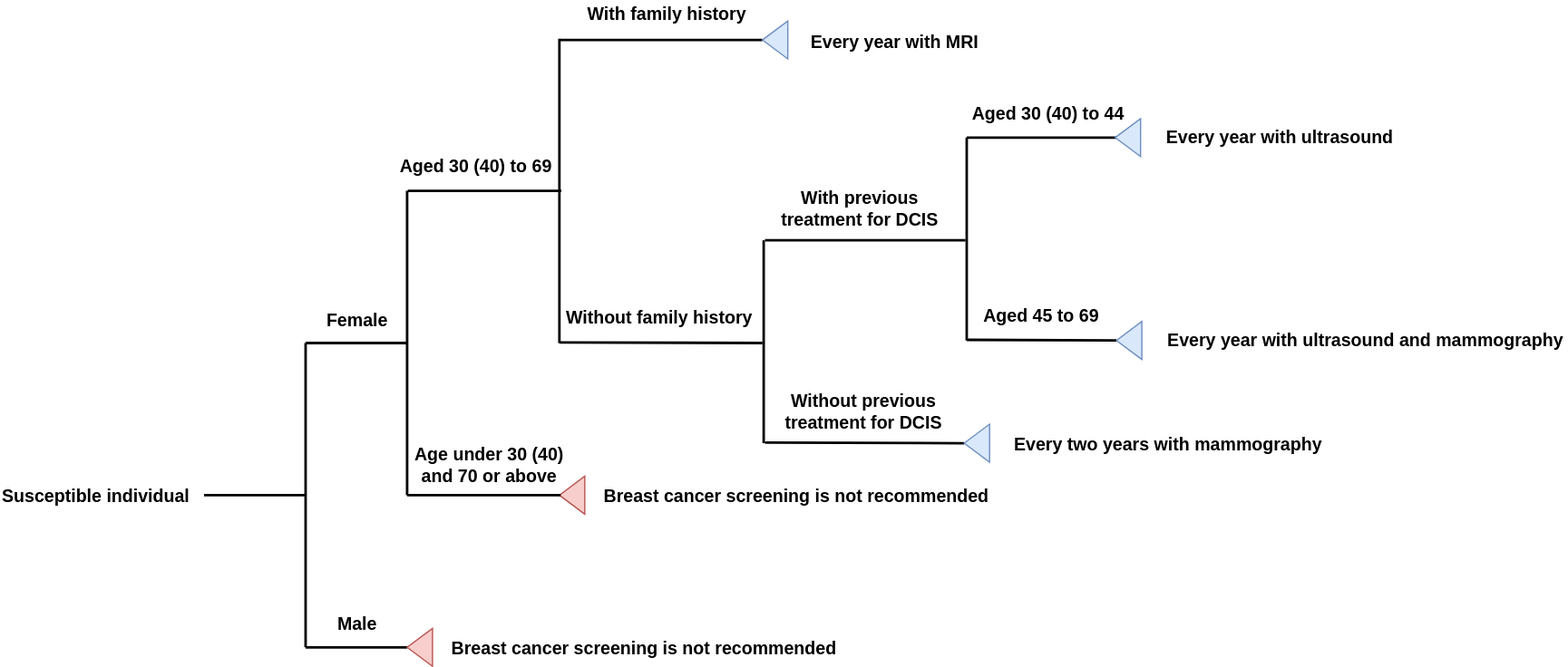
This is docs/source/gbd2017_models/concept_models/vivarium_swissre_breastcancer/breast_cancer_screening_tree_China.svg from ihmeuw/vivarium_research, a draw.io export, as it was before one commit. Source tidied: cells renumbered, new cells last; positions are measured from the earlier drawing's top-left corner, leaving out a move shared by most shapes.
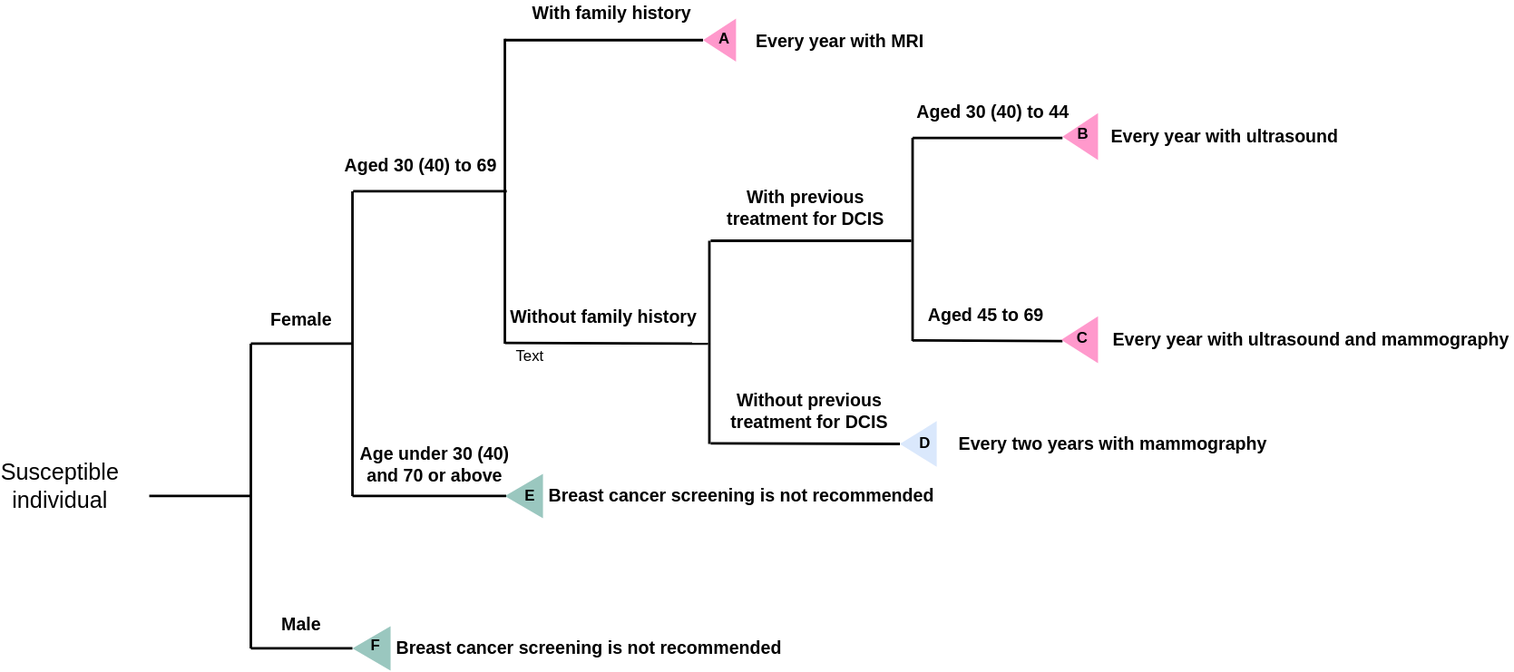
After the change.

Commit message:
screening model 2 draft

Diff of the diagram source:
```diff
@@ -2,168 +2,189 @@
   <root>
     <mxCell id="0" />
     <mxCell id="1" parent="0" />
-    <mxCell id="2" style="endArrow=none;html=1;strokeWidth=2;" parent="1" edge="1">
-      <mxGeometry relative="1" as="geometry">
-        <mxPoint x="160" y="390" as="sourcePoint" />
-        <mxPoint x="240" y="390" as="targetPoint" />
-      </mxGeometry>
-    </mxCell>
-    <mxCell id="3" style="endArrow=none;html=1;strokeWidth=2;" parent="1" edge="1">
-      <mxGeometry relative="1" as="geometry">
-        <mxPoint x="240" y="510" as="sourcePoint" />
-        <mxPoint x="240" y="270" as="targetPoint" />
-      </mxGeometry>
-    </mxCell>
-    <mxCell id="4" style="endArrow=none;html=1;strokeWidth=2;" parent="1" edge="1">
-      <mxGeometry relative="1" as="geometry">
-        <mxPoint x="240" y="510" as="sourcePoint" />
-        <mxPoint x="320" y="510" as="targetPoint" />
-      </mxGeometry>
-    </mxCell>
-    <mxCell id="5" style="endArrow=none;html=1;strokeWidth=2;" parent="1" edge="1">
-      <mxGeometry relative="1" as="geometry">
-        <mxPoint x="240" y="270" as="sourcePoint" />
-        <mxPoint x="320" y="270" as="targetPoint" />
-      </mxGeometry>
-    </mxCell>
+    <mxCell id="41" style="endArrow=none;html=1;strokeWidth=2;" parent="1" edge="1">
+      <mxGeometry relative="1" as="geometry">
+        <mxPoint x="160" y="390" as="sourcePoint" />
+        <mxPoint x="240" y="390" as="targetPoint" />
+      </mxGeometry>
+    </mxCell>
+    <mxCell id="42" style="endArrow=none;html=1;strokeWidth=2;" parent="1" edge="1">
+      <mxGeometry relative="1" as="geometry">
+        <mxPoint x="240" y="510" as="sourcePoint" />
+        <mxPoint x="240" y="270" as="targetPoint" />
+      </mxGeometry>
+    </mxCell>
+    <mxCell id="43" style="endArrow=none;html=1;strokeWidth=2;" parent="1" edge="1">
+      <mxGeometry relative="1" as="geometry">
+        <mxPoint x="240" y="510" as="sourcePoint" />
+        <mxPoint x="320" y="510" as="targetPoint" />
+      </mxGeometry>
+    </mxCell>
+    <mxCell id="44" style="endArrow=none;html=1;strokeWidth=2;" parent="1" edge="1">
+      <mxGeometry relative="1" as="geometry">
+        <mxPoint x="240" y="270" as="sourcePoint" />
+        <mxPoint x="320" y="270" as="targetPoint" />
+      </mxGeometry>
+    </mxCell>
     <mxCell id="6" value="&lt;b&gt;&lt;font style=&quot;font-size: 14px&quot;&gt;Male&lt;/font&gt;&lt;/b&gt;" style="text;html=1;strokeColor=none;fillColor=none;align=center;verticalAlign=middle;whiteSpace=wrap;rounded=0;" parent="1" vertex="1">
       <mxGeometry x="260" y="481" width="40" height="20" as="geometry" />
     </mxCell>
     <mxCell id="7" value="&lt;b&gt;&lt;font style=&quot;font-size: 14px&quot;&gt;Female&lt;/font&gt;&lt;/b&gt;" style="text;html=1;strokeColor=none;fillColor=none;align=center;verticalAlign=middle;whiteSpace=wrap;rounded=0;" parent="1" vertex="1">
       <mxGeometry x="260" y="241" width="40" height="20" as="geometry" />
     </mxCell>
-    <mxCell id="8" style="triangle;whiteSpace=wrap;html=1;rotation=-180;fillColor=#f8cecc;strokeColor=#b85450;" parent="1" vertex="1">
-      <mxGeometry x="320" y="495" width="20" height="30" as="geometry" />
-    </mxCell>
-    <mxCell id="9" style="endArrow=none;html=1;strokeWidth=2;" parent="1" edge="1">
-      <mxGeometry relative="1" as="geometry">
-        <mxPoint x="320" y="390" as="sourcePoint" />
-        <mxPoint x="320" y="150" as="targetPoint" />
-      </mxGeometry>
-    </mxCell>
+    <mxCell id="45" style="triangle;whiteSpace=wrap;html=1;rotation=-180;fillColor=#9AC7BF;strokeColor=none;" parent="1" vertex="1">
+      <mxGeometry x="320" y="492.5" width="30" height="35" as="geometry" />
+    </mxCell>
+    <mxCell id="46" style="endArrow=none;html=1;strokeWidth=2;" parent="1" edge="1">
+      <mxGeometry relative="1" as="geometry">
+        <mxPoint x="320" y="390" as="sourcePoint" />
+        <mxPoint x="320" y="150" as="targetPoint" />
+      </mxGeometry>
+    </mxCell>
     <mxCell id="10" value="&lt;b&gt;&lt;font style=&quot;font-size: 14px&quot;&gt;Age under 30 (40) and 70 or above&lt;/font&gt;&lt;/b&gt;" style="text;html=1;strokeColor=none;fillColor=none;align=center;verticalAlign=middle;whiteSpace=wrap;rounded=0;" parent="1" vertex="1">
       <mxGeometry x="320" y="355" width="130" height="20" as="geometry" />
     </mxCell>
-    <mxCell id="11" style="triangle;whiteSpace=wrap;html=1;rotation=-180;fillColor=#f8cecc;strokeColor=#b85450;" parent="1" vertex="1">
-      <mxGeometry x="440" y="375" width="20" height="30" as="geometry" />
-    </mxCell>
-    <mxCell id="12" value="&lt;b&gt;&lt;font style=&quot;font-size: 14px&quot;&gt;Breast cancer screening is not recommended&lt;/font&gt;&lt;/b&gt;" style="text;html=1;strokeColor=none;fillColor=none;align=center;verticalAlign=middle;whiteSpace=wrap;rounded=0;" parent="1" vertex="1">
-      <mxGeometry x="473" y="380" width="307" height="20" as="geometry" />
-    </mxCell>
-    <mxCell id="13" style="endArrow=none;html=1;entryX=1;entryY=0.5;entryDx=0;entryDy=0;strokeWidth=2;" parent="1" edge="1">
-      <mxGeometry relative="1" as="geometry">
-        <mxPoint x="320" y="390" as="sourcePoint" />
-        <mxPoint x="441" y="390" as="targetPoint" />
-      </mxGeometry>
-    </mxCell>
-    <mxCell id="14" style="endArrow=none;html=1;entryX=1;entryY=0.5;entryDx=0;entryDy=0;strokeWidth=2;" parent="1" edge="1">
-      <mxGeometry relative="1" as="geometry">
-        <mxPoint x="320.5" y="150" as="sourcePoint" />
-        <mxPoint x="441.5" y="150" as="targetPoint" />
-      </mxGeometry>
-    </mxCell>
-    <mxCell id="15" style="endArrow=none;html=1;strokeWidth=2;" parent="1" edge="1">
-      <mxGeometry relative="1" as="geometry">
-        <mxPoint x="440" y="270" as="sourcePoint" />
-        <mxPoint x="440" y="30" as="targetPoint" />
-      </mxGeometry>
-    </mxCell>
+    <mxCell id="47" style="triangle;whiteSpace=wrap;html=1;rotation=-180;fillColor=#9AC7BF;strokeColor=none;" parent="1" vertex="1">
+      <mxGeometry x="440" y="372.5" width="30" height="35" as="geometry" />
+    </mxCell>
+    <mxCell id="48" value="&lt;b&gt;&lt;font style=&quot;font-size: 14px&quot;&gt;Breast cancer screening is not recommended&lt;/font&gt;&lt;/b&gt;" style="text;html=1;strokeColor=none;fillColor=none;align=center;verticalAlign=middle;whiteSpace=wrap;rounded=0;" parent="1" vertex="1">
+      <mxGeometry x="473" y="380" width="307" height="20" as="geometry" />
+    </mxCell>
+    <mxCell id="49" style="endArrow=none;html=1;entryX=1;entryY=0.5;entryDx=0;entryDy=0;strokeWidth=2;" parent="1" edge="1">
+      <mxGeometry relative="1" as="geometry">
+        <mxPoint x="320" y="390" as="sourcePoint" />
+        <mxPoint x="441" y="390" as="targetPoint" />
+      </mxGeometry>
+    </mxCell>
+    <mxCell id="50" style="endArrow=none;html=1;entryX=1;entryY=0.5;entryDx=0;entryDy=0;strokeWidth=2;" parent="1" edge="1">
+      <mxGeometry relative="1" as="geometry">
+        <mxPoint x="320.5" y="150" as="sourcePoint" />
+        <mxPoint x="441.5" y="150" as="targetPoint" />
+      </mxGeometry>
+    </mxCell>
+    <mxCell id="51" style="endArrow=none;html=1;strokeWidth=2;" parent="1" edge="1">
+      <mxGeometry relative="1" as="geometry">
+        <mxPoint x="440" y="270" as="sourcePoint" />
+        <mxPoint x="440" y="30" as="targetPoint" />
+      </mxGeometry>
+    </mxCell>
     <mxCell id="16" value="&lt;b&gt;&lt;font style=&quot;font-size: 14px&quot;&gt;Aged 30 (40) to 69&lt;/font&gt;&lt;/b&gt;" style="text;html=1;strokeColor=none;fillColor=none;align=center;verticalAlign=middle;whiteSpace=wrap;rounded=0;" parent="1" vertex="1">
       <mxGeometry x="309" y="120" width="130" height="20" as="geometry" />
     </mxCell>
-    <mxCell id="17" style="endArrow=none;html=1;strokeWidth=2;entryX=1;entryY=0.5;entryDx=0;entryDy=0;" parent="1" edge="1" target="19">
-      <mxGeometry relative="1" as="geometry">
-        <mxPoint x="440" y="31" as="sourcePoint" />
-      </mxGeometry>
-    </mxCell>
+    <mxCell id="52" style="endArrow=none;html=1;strokeWidth=2;entryX=1;entryY=0.5;entryDx=0;entryDy=0;" parent="1" edge="1" target="53">
+      <mxGeometry relative="1" as="geometry">
+        <mxPoint x="440" y="31" as="sourcePoint" />
+      </mxGeometry>
+    </mxCell>
     <mxCell id="18" value="&lt;b&gt;&lt;font style=&quot;font-size: 14px&quot;&gt;With family history&lt;/font&gt;&lt;/b&gt;" style="text;html=1;strokeColor=none;fillColor=none;align=center;verticalAlign=middle;whiteSpace=wrap;rounded=0;" parent="1" vertex="1">
       <mxGeometry x="460" width="129" height="20" as="geometry" />
     </mxCell>
-    <mxCell id="19" style="triangle;whiteSpace=wrap;html=1;rotation=-180;fillColor=#dae8fc;strokeColor=#6c8ebf;" parent="1" vertex="1">
-      <mxGeometry x="600" y="16" width="20" height="30" as="geometry" />
-    </mxCell>
+    <mxCell id="53" style="triangle;whiteSpace=wrap;html=1;rotation=-180;fillColor=#FF99CC;strokeColor=none;" parent="1" vertex="1">
+      <mxGeometry x="596" y="14" width="26" height="34" as="geometry" />
+    </mxCell>
     <mxCell id="20" value="&lt;b&gt;&lt;font style=&quot;font-size: 14px&quot;&gt;Every year with MRI&lt;/font&gt;&lt;/b&gt;" style="text;html=1;strokeColor=none;fillColor=none;align=center;verticalAlign=middle;whiteSpace=wrap;rounded=0;" parent="1" vertex="1">
       <mxGeometry x="636" y="22" width="136" height="20" as="geometry" />
     </mxCell>
-    <mxCell id="21" value="&lt;b&gt;&lt;font style=&quot;font-size: 14px&quot;&gt;Susceptible individual&lt;/font&gt;&lt;/b&gt;" style="text;html=1;strokeColor=none;fillColor=none;align=center;verticalAlign=middle;whiteSpace=wrap;rounded=0;" parent="1" vertex="1">
-      <mxGeometry y="380" width="150" height="20" as="geometry" />
-    </mxCell>
-    <mxCell id="22" value="&lt;b&gt;&lt;font style=&quot;font-size: 14px&quot;&gt;Breast cancer screening is not recommended&lt;/font&gt;&lt;/b&gt;" style="text;html=1;strokeColor=none;fillColor=none;align=center;verticalAlign=middle;whiteSpace=wrap;rounded=0;" parent="1" vertex="1">
-      <mxGeometry x="353" y="500" width="307" height="20" as="geometry" />
-    </mxCell>
-    <mxCell id="23" style="endArrow=none;html=1;strokeWidth=2;" parent="1" edge="1">
-      <mxGeometry relative="1" as="geometry">
-        <mxPoint x="440" y="269.5" as="sourcePoint" />
-        <mxPoint x="600" y="270" as="targetPoint" />
-      </mxGeometry>
-    </mxCell>
+    <mxCell id="54" value="&lt;b&gt;&lt;font style=&quot;font-size: 14px&quot;&gt;Breast cancer screening is not recommended&lt;/font&gt;&lt;/b&gt;" style="text;html=1;strokeColor=none;fillColor=none;align=center;verticalAlign=middle;whiteSpace=wrap;rounded=0;" parent="1" vertex="1">
+      <mxGeometry x="353" y="500" width="307" height="20" as="geometry" />
+    </mxCell>
+    <mxCell id="55" style="endArrow=none;html=1;strokeWidth=2;" parent="1" edge="1">
+      <mxGeometry relative="1" as="geometry">
+        <mxPoint x="440" y="269.5" as="sourcePoint" />
+        <mxPoint x="600" y="270" as="targetPoint" />
+      </mxGeometry>
+    </mxCell>
     <mxCell id="24" value="&lt;b&gt;&lt;font style=&quot;font-size: 14px&quot;&gt;Without family history&lt;/font&gt;&lt;/b&gt;" style="text;html=1;strokeColor=none;fillColor=none;align=center;verticalAlign=middle;whiteSpace=wrap;rounded=0;" parent="1" vertex="1">
       <mxGeometry x="440" y="239" width="156" height="20" as="geometry" />
     </mxCell>
-    <mxCell id="25" style="endArrow=none;html=1;strokeWidth=2;" parent="1" edge="1">
-      <mxGeometry relative="1" as="geometry">
-        <mxPoint x="601" y="349" as="sourcePoint" />
-        <mxPoint x="601" y="189" as="targetPoint" />
-      </mxGeometry>
-    </mxCell>
-    <mxCell id="26" style="endArrow=none;html=1;strokeWidth=2;entryX=1;entryY=0.5;entryDx=0;entryDy=0;" parent="1" edge="1" target="29">
-      <mxGeometry relative="1" as="geometry">
-        <mxPoint x="602" y="348.5" as="sourcePoint" />
-      </mxGeometry>
-    </mxCell>
-    <mxCell id="27" style="endArrow=none;html=1;strokeWidth=2;" parent="1" edge="1">
-      <mxGeometry relative="1" as="geometry">
-        <mxPoint x="602" y="189" as="sourcePoint" />
-        <mxPoint x="760" y="189" as="targetPoint" />
-      </mxGeometry>
-    </mxCell>
+    <mxCell id="56" style="endArrow=none;html=1;strokeWidth=2;" parent="1" edge="1">
+      <mxGeometry relative="1" as="geometry">
+        <mxPoint x="601" y="349" as="sourcePoint" />
+        <mxPoint x="601" y="189" as="targetPoint" />
+      </mxGeometry>
+    </mxCell>
+    <mxCell id="57" style="endArrow=none;html=1;strokeWidth=2;entryX=1;entryY=0.5;entryDx=0;entryDy=0;" parent="1" edge="1" target="59">
+      <mxGeometry relative="1" as="geometry">
+        <mxPoint x="602" y="348.5" as="sourcePoint" />
+      </mxGeometry>
+    </mxCell>
+    <mxCell id="58" style="endArrow=none;html=1;strokeWidth=2;" parent="1" edge="1">
+      <mxGeometry relative="1" as="geometry">
+        <mxPoint x="602" y="189" as="sourcePoint" />
+        <mxPoint x="760" y="189" as="targetPoint" />
+      </mxGeometry>
+    </mxCell>
     <mxCell id="28" value="&lt;b&gt;&lt;font style=&quot;font-size: 14px&quot;&gt;With previous treatment for DCIS&lt;/font&gt;&lt;/b&gt;" style="text;html=1;strokeColor=none;fillColor=none;align=center;verticalAlign=middle;whiteSpace=wrap;rounded=0;" parent="1" vertex="1">
       <mxGeometry x="612" y="153" width="130" height="20" as="geometry" />
     </mxCell>
-    <mxCell id="29" style="triangle;whiteSpace=wrap;html=1;rotation=-180;fillColor=#dae8fc;strokeColor=#6c8ebf;" parent="1" vertex="1">
-      <mxGeometry x="759" y="334" width="20" height="30" as="geometry" />
-    </mxCell>
+    <mxCell id="59" style="triangle;whiteSpace=wrap;html=1;rotation=-180;fillColor=#dae8fc;strokeColor=none;" parent="1" vertex="1">
+      <mxGeometry x="751" y="331" width="29" height="36" as="geometry" />
+    </mxCell>
     <mxCell id="30" value="&lt;b&gt;&lt;font style=&quot;font-size: 14px&quot;&gt;Every two years with mammography&lt;/font&gt;&lt;/b&gt;" style="text;html=1;strokeColor=none;fillColor=none;align=center;verticalAlign=middle;whiteSpace=wrap;rounded=0;" parent="1" vertex="1">
       <mxGeometry x="792" y="339" width="254" height="20" as="geometry" />
     </mxCell>
-    <mxCell id="31" style="endArrow=none;html=1;strokeWidth=2;" parent="1" edge="1">
-      <mxGeometry relative="1" as="geometry">
-        <mxPoint x="761" y="268" as="sourcePoint" />
-        <mxPoint x="761" y="108" as="targetPoint" />
-      </mxGeometry>
-    </mxCell>
-    <mxCell id="32" style="endArrow=none;html=1;strokeWidth=2;" parent="1" edge="1">
-      <mxGeometry relative="1" as="geometry">
-        <mxPoint x="761" y="267.5" as="sourcePoint" />
-        <mxPoint x="879" y="268" as="targetPoint" />
-      </mxGeometry>
-    </mxCell>
-    <mxCell id="33" style="endArrow=none;html=1;strokeWidth=2;" parent="1" edge="1">
-      <mxGeometry relative="1" as="geometry">
-        <mxPoint x="761" y="108" as="sourcePoint" />
-        <mxPoint x="879" y="108" as="targetPoint" />
-      </mxGeometry>
-    </mxCell>
+    <mxCell id="60" style="endArrow=none;html=1;strokeWidth=2;" parent="1" edge="1">
+      <mxGeometry relative="1" as="geometry">
+        <mxPoint x="761" y="268" as="sourcePoint" />
+        <mxPoint x="761" y="108" as="targetPoint" />
+      </mxGeometry>
+    </mxCell>
+    <mxCell id="61" style="endArrow=none;html=1;strokeWidth=2;" parent="1" edge="1">
+      <mxGeometry relative="1" as="geometry">
+        <mxPoint x="761" y="267.5" as="sourcePoint" />
+        <mxPoint x="879" y="268" as="targetPoint" />
+      </mxGeometry>
+    </mxCell>
+    <mxCell id="62" style="endArrow=none;html=1;strokeWidth=2;" parent="1" edge="1">
+      <mxGeometry relative="1" as="geometry">
+        <mxPoint x="761" y="108" as="sourcePoint" />
+        <mxPoint x="879" y="108" as="targetPoint" />
+      </mxGeometry>
+    </mxCell>
     <mxCell id="34" value="&lt;b&gt;&lt;font style=&quot;font-size: 14px&quot;&gt;Aged 30 (40) to 44&lt;/font&gt;&lt;/b&gt;" style="text;html=1;strokeColor=none;fillColor=none;align=center;verticalAlign=middle;whiteSpace=wrap;rounded=0;" parent="1" vertex="1">
       <mxGeometry x="759" y="78" width="131" height="20" as="geometry" />
     </mxCell>
     <mxCell id="35" value="&lt;b&gt;&lt;font style=&quot;font-size: 14px&quot;&gt;Aged 45 to 69&lt;/font&gt;&lt;/b&gt;" style="text;html=1;strokeColor=none;fillColor=none;align=center;verticalAlign=middle;whiteSpace=wrap;rounded=0;" parent="1" vertex="1">
       <mxGeometry x="759" y="238" width="120" height="20" as="geometry" />
     </mxCell>
-    <mxCell id="36" style="triangle;whiteSpace=wrap;html=1;rotation=-180;fillColor=#dae8fc;strokeColor=#6c8ebf;" parent="1" vertex="1">
-      <mxGeometry x="879" y="253" width="20" height="30" as="geometry" />
-    </mxCell>
+    <mxCell id="63" style="triangle;whiteSpace=wrap;html=1;rotation=-180;fillColor=#FF99CC;strokeColor=none;" parent="1" vertex="1">
+      <mxGeometry x="878" y="248.5" width="29" height="37" as="geometry" />
+    </mxCell>
     <mxCell id="37" value="&lt;b&gt;&lt;font style=&quot;font-size: 14px&quot;&gt;Every year with ultrasound and mammography&lt;/font&gt;&lt;/b&gt;" style="text;html=1;strokeColor=none;fillColor=none;align=center;verticalAlign=middle;whiteSpace=wrap;rounded=0;" parent="1" vertex="1">
       <mxGeometry x="916" y="257" width="318" height="20" as="geometry" />
     </mxCell>
-    <mxCell id="38" style="triangle;whiteSpace=wrap;html=1;rotation=-180;fillColor=#dae8fc;strokeColor=#6c8ebf;" parent="1" vertex="1">
-      <mxGeometry x="878" y="93" width="20" height="30" as="geometry" />
-    </mxCell>
+    <mxCell id="64" style="triangle;whiteSpace=wrap;html=1;rotation=-180;fillColor=#FF99CC;strokeColor=none;" parent="1" vertex="1">
+      <mxGeometry x="879" y="88.5" width="28" height="37" as="geometry" />
+    </mxCell>
     <mxCell id="39" value="&lt;font style=&quot;font-size: 14px&quot;&gt;&lt;b&gt;Every year with ultrasound&lt;/b&gt;&lt;/font&gt;" style="text;html=1;strokeColor=none;fillColor=none;align=center;verticalAlign=middle;whiteSpace=wrap;rounded=0;" parent="1" vertex="1">
       <mxGeometry x="915" y="97" width="184" height="20" as="geometry" />
     </mxCell>
     <mxCell id="40" value="&lt;b&gt;&lt;font style=&quot;font-size: 14px&quot;&gt;Without previous treatment for DCIS&lt;/font&gt;&lt;/b&gt;" style="text;html=1;strokeColor=none;fillColor=none;align=center;verticalAlign=middle;whiteSpace=wrap;rounded=0;" parent="1" vertex="1">
       <mxGeometry x="615" y="313" width="130" height="20" as="geometry" />
     </mxCell>
+    <mxCell id="65" value="&lt;b&gt;A&lt;/b&gt;" style="text;html=1;strokeColor=none;fillColor=none;align=center;verticalAlign=middle;whiteSpace=wrap;rounded=0;" parent="1" vertex="1">
+      <mxGeometry x="596" y="20" width="34" height="20" as="geometry" />
+    </mxCell>
+    <mxCell id="66" value="&lt;b&gt;B&lt;/b&gt;" style="text;html=1;strokeColor=none;fillColor=none;align=center;verticalAlign=middle;whiteSpace=wrap;rounded=0;" parent="1" vertex="1">
+      <mxGeometry x="852.5" y="88.5" width="85" height="32" as="geometry" />
+    </mxCell>
+    <mxCell id="67" value="&lt;b&gt;C&lt;/b&gt;" style="text;html=1;strokeColor=none;fillColor=none;align=center;verticalAlign=middle;whiteSpace=wrap;rounded=0;" parent="1" vertex="1">
+      <mxGeometry x="870" y="255" width="50" height="22" as="geometry" />
+    </mxCell>
+    <mxCell id="68" value="&lt;b&gt;D&lt;/b&gt;" style="text;html=1;strokeColor=none;fillColor=none;align=center;verticalAlign=middle;whiteSpace=wrap;rounded=0;" parent="1" vertex="1">
+      <mxGeometry x="751" y="339" width="40" height="20" as="geometry" />
+    </mxCell>
+    <mxCell id="69" value="&lt;b&gt;E&lt;/b&gt;" style="text;html=1;strokeColor=none;fillColor=none;align=center;verticalAlign=middle;whiteSpace=wrap;rounded=0;" parent="1" vertex="1">
+      <mxGeometry x="440" y="380" width="40" height="20" as="geometry" />
+    </mxCell>
+    <mxCell id="70" value="&lt;b&gt;F&lt;/b&gt;" style="text;html=1;strokeColor=none;fillColor=none;align=center;verticalAlign=middle;whiteSpace=wrap;rounded=0;" parent="1" vertex="1">
+      <mxGeometry x="320" y="497" width="37" height="21" as="geometry" />
+    </mxCell>
+    <mxCell id="71" value="Text" style="text;html=1;strokeColor=none;fillColor=none;align=center;verticalAlign=middle;whiteSpace=wrap;rounded=0;" parent="1" vertex="1">
+      <mxGeometry x="440" y="270" width="40" height="20" as="geometry" />
+    </mxCell>
+    <mxCell id="21" value="&lt;font style=&quot;font-size: 18px&quot;&gt;Susceptible individual&lt;/font&gt;" style="text;html=1;strokeColor=none;fillColor=none;align=center;verticalAlign=middle;whiteSpace=wrap;rounded=0;" parent="1" vertex="1">
+      <mxGeometry x="70" y="372.5" width="40" height="20" as="geometry" />
+    </mxCell>
   </root>
 </mxGraphModel>
```
